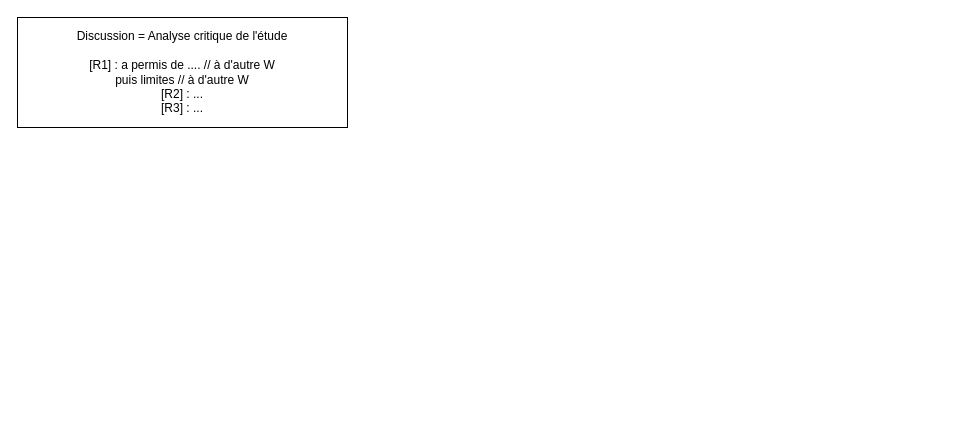
marius-duvillard/mar-dvd-thesis keeps this draw.io diagram as page "Discussion/Perspectives" (5 of 7) of formations/rediger/introduction.drawio. Above is the earlier version. Source tidied: cells renumbered, new cells numbered last; positions are measured from the earlier drawing's top-left corner, leaving out a move shared by most shapes. Both pictures are drawn from the tidied source at 100%, with x=0, y=0 at pixel (17, 17).
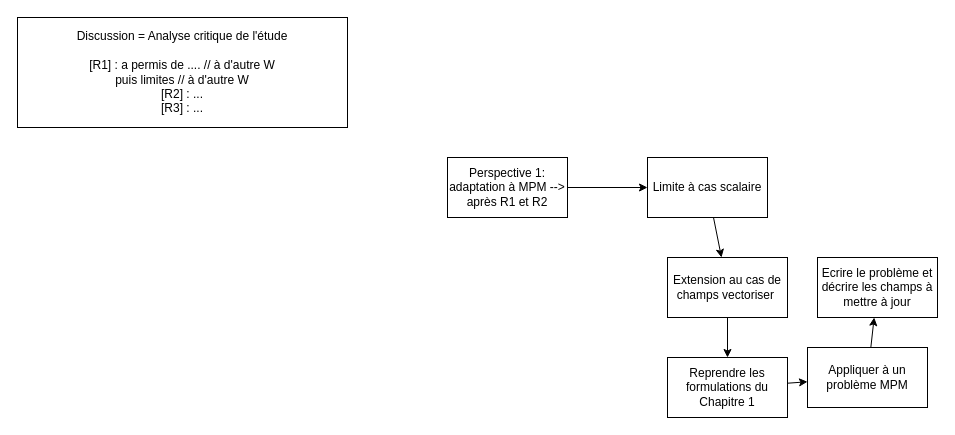
After the change.

What changed in the source:
```diff
@@
 <mxGraphModel>
   <root>
     <mxCell id="0" />
     <mxCell id="1" parent="0" />
     <mxCell id="2" value="Discussion = Analyse critique de l'étude&lt;br&gt;&lt;br&gt;[R1] : a permis de .... // à d'autre W&lt;br&gt;puis limites // à d'autre W&lt;br&gt;[R2] : ...&lt;br&gt;[R3] : ..." style="rounded=0;whiteSpace=wrap;html=1;" parent="1" vertex="1">
       <mxGeometry width="330" height="110" as="geometry" />
     </mxCell>
+    <mxCell id="3" style="edgeStyle=none;html=1;" parent="1" edge="1" source="4" target="6">
+      <mxGeometry relative="1" as="geometry" />
+    </mxCell>
+    <mxCell id="4" value="Perspective 1: adaptation à MPM --&amp;gt; après R1 et R2" style="whiteSpace=wrap;html=1;" parent="1" vertex="1">
+      <mxGeometry x="430" y="140" width="120" height="60" as="geometry" />
+    </mxCell>
+    <mxCell id="5" style="edgeStyle=none;html=1;" parent="1" edge="1" source="6" target="8">
+      <mxGeometry relative="1" as="geometry" />
+    </mxCell>
+    <mxCell id="6" value="Limite à cas scalaire" style="whiteSpace=wrap;html=1;" parent="1" vertex="1">
+      <mxGeometry x="630" y="140" width="120" height="60" as="geometry" />
+    </mxCell>
+    <mxCell id="7" style="edgeStyle=none;html=1;" parent="1" edge="1" source="8" target="10">
+      <mxGeometry relative="1" as="geometry" />
+    </mxCell>
+    <mxCell id="8" value="Extension au cas de champs vectoriser&amp;nbsp;" style="whiteSpace=wrap;html=1;" parent="1" vertex="1">
+      <mxGeometry x="650" y="240" width="120" height="60" as="geometry" />
+    </mxCell>
+    <mxCell id="9" style="edgeStyle=none;html=1;" parent="1" edge="1" source="10" target="12">
+      <mxGeometry relative="1" as="geometry" />
+    </mxCell>
+    <mxCell id="10" value="Reprendre les formulations du Chapitre 1" style="whiteSpace=wrap;html=1;" parent="1" vertex="1">
+      <mxGeometry x="650" y="340" width="120" height="60" as="geometry" />
+    </mxCell>
+    <mxCell id="11" style="edgeStyle=none;html=1;" parent="1" edge="1" source="12" target="13">
+      <mxGeometry relative="1" as="geometry" />
+    </mxCell>
+    <mxCell id="12" value="Appliquer à un problème MPM" style="whiteSpace=wrap;html=1;" parent="1" vertex="1">
+      <mxGeometry x="790" y="330" width="120" height="60" as="geometry" />
+    </mxCell>
+    <mxCell id="13" value="Ecrire le problème et décrire les champs à mettre à jour" style="whiteSpace=wrap;html=1;" parent="1" vertex="1">
+      <mxGeometry x="800" y="240" width="120" height="60" as="geometry" />
+    </mxCell>
   </root>
 </mxGraphModel>
```
